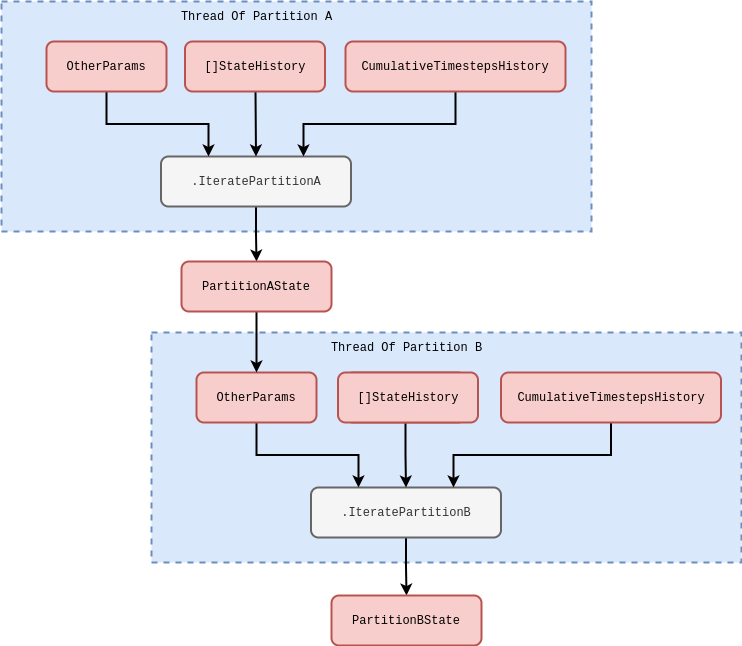
Before: assets/stochadexI/stochadexI-stochadex-parallel-serial.drawio.png, a diagram exported from draw.io (umbralcalc/umbralcalc.github.io). Source tidied: cells renumbered, new cells last; positions are measured from the earlier drawing's top-left corner, leaving out a move shared by most shapes.
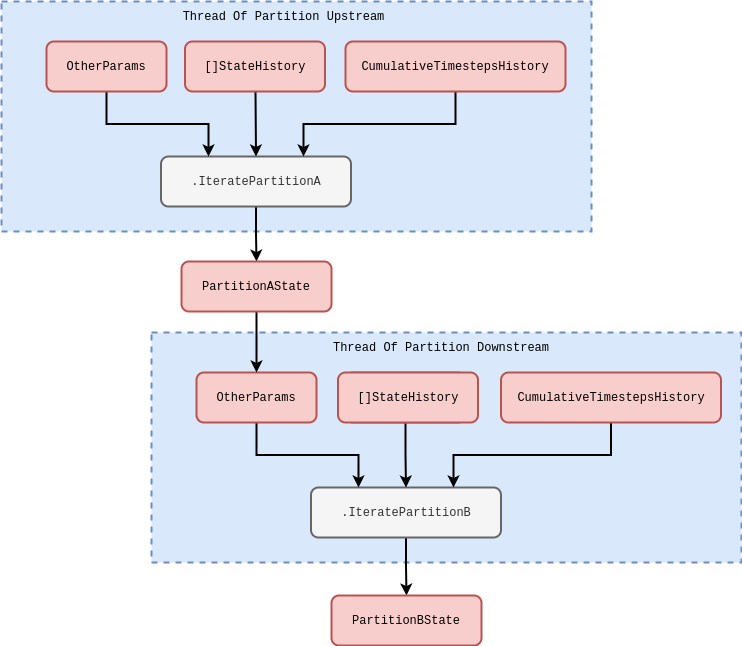
Later version of the same file.

What changed in the source:
```diff
@@ -58,11 +58,11 @@
     <mxCell id="19" style="edgeStyle=orthogonalEdgeStyle;rounded=0;jettySize=auto;html=1;entryX=0.75;entryY=0;entryDx=0;entryDy=0;strokeWidth=2;exitX=0.5;exitY=1;exitDx=0;exitDy=0;" parent="1" edge="1" source="22" target="14">
       <mxGeometry relative="1" as="geometry" />
     </mxCell>
-    <mxCell id="20" value="&lt;font face=&quot;Courier New&quot;&gt;Thread Of Partition A&lt;/font&gt;" style="text;html=1;strokeColor=none;fillColor=none;align=center;verticalAlign=middle;whiteSpace=wrap;rounded=0;" parent="1" vertex="1">
-      <mxGeometry x="173.5" width="163" height="30" as="geometry" />
+    <mxCell id="20" value="&lt;font face=&quot;Courier New&quot;&gt;Thread Of Partition Upstream&lt;/font&gt;" style="text;html=1;strokeColor=none;fillColor=none;align=center;verticalAlign=middle;whiteSpace=wrap;rounded=0;" parent="1" vertex="1">
+      <mxGeometry x="173.5" width="216.5" height="30" as="geometry" />
     </mxCell>
-    <mxCell id="21" value="&lt;font face=&quot;Courier New&quot;&gt;Thread Of Partition B&lt;/font&gt;" style="text;html=1;strokeColor=none;fillColor=none;align=center;verticalAlign=middle;whiteSpace=wrap;rounded=0;" parent="1" vertex="1">
-      <mxGeometry x="323.5" y="331" width="163" height="30" as="geometry" />
+    <mxCell id="21" value="&lt;font face=&quot;Courier New&quot;&gt;Thread Of Partition Downstream&lt;/font&gt;" style="text;html=1;strokeColor=none;fillColor=none;align=center;verticalAlign=middle;whiteSpace=wrap;rounded=0;" parent="1" vertex="1">
+      <mxGeometry x="320" y="331" width="240" height="30" as="geometry" />
     </mxCell>
     <mxCell id="22" value="&lt;font face=&quot;Courier New&quot;&gt;CumulativeTimestepsHistory&lt;/font&gt;" style="rounded=1;whiteSpace=wrap;html=1;strokeWidth=2;fillColor=#f8cecc;strokeColor=#b85450;" parent="1" vertex="1">
       <mxGeometry x="344" y="40" width="220" height="50" as="geometry" />
```
